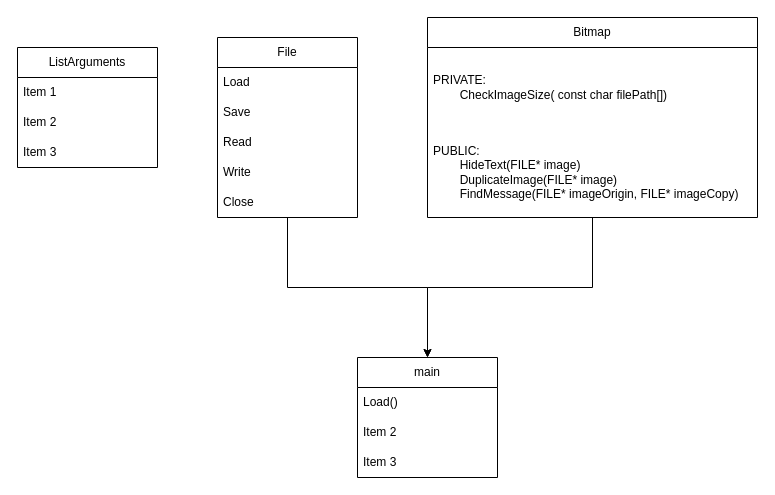
The draw.io diagram Diagramme Steganographie.drawio in Edouard-Laffont/Steganographie-Schema, before the edit. Source tidied: cells renumbered, new cells numbered last; positions are measured from the earlier drawing's top-left corner, leaving out a move shared by most shapes. Both pictures are drawn from the tidied source at 100%, with x=0, y=0 at pixel (17, 17).
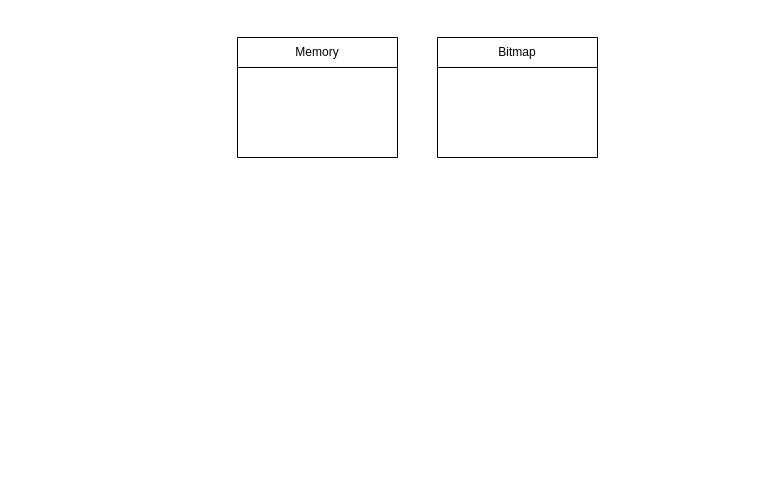
The same diagram, later.

Commit message (it also covers changes not shown here):
Mettre à jour Diagramme Steganographie.drawio

What changed in the source:
```diff
@@
-    <mxCell id="2" value="main" style="swimlane;fontStyle=0;horizontal=1;startSize=30;whiteSpace=wrap;html=1;" parent="1" vertex="1">
-      <mxGeometry x="340" y="340" width="140" height="120" as="geometry" />
-    </mxCell>
-    <mxCell id="3" value="Load()" style="text;strokeColor=none;fillColor=none;align=left;verticalAlign=middle;spacingLeft=4;spacingRight=4;overflow=hidden;whiteSpace=wrap;html=1;" parent="2" vertex="1">
-      <mxGeometry y="30" width="140" height="30" as="geometry" />
-    </mxCell>
-    <mxCell id="4" value="Item 2" style="text;strokeColor=none;fillColor=none;align=left;verticalAlign=middle;spacingLeft=4;spacingRight=4;overflow=hidden;whiteSpace=wrap;html=1;" parent="2" vertex="1">
-      <mxGeometry y="60" width="140" height="30" as="geometry" />
-    </mxCell>
-    <mxCell id="5" value="Item 3" style="text;strokeColor=none;fillColor=none;align=left;verticalAlign=middle;spacingLeft=4;spacingRight=4;overflow=hidden;whiteSpace=wrap;html=1;" parent="2" vertex="1">
-      <mxGeometry y="90" width="140" height="30" as="geometry" />
-    </mxCell>
-    <mxCell id="6" style="edgeStyle=orthogonalEdgeStyle;rounded=0;jettySize=auto;html=1;entryX=0.5;entryY=0;entryDx=0;entryDy=0;defaultLabelBackgroundColor=page;labelPadding=0 4;" parent="1" edge="1" source="7" target="2">
-      <mxGeometry relative="1" as="geometry" />
-    </mxCell>
-    <mxCell id="7" value="File" style="swimlane;fontStyle=0;horizontal=1;startSize=30;whiteSpace=wrap;html=1;" parent="1" vertex="1">
-      <mxGeometry x="200" y="20" width="140" height="180" as="geometry" />
+    <mxCell id="7" value="Memory" style="swimlane;fontStyle=0;horizontal=1;startSize=30;whiteSpace=wrap;html=1;" parent="1" vertex="1">
+      <mxGeometry x="220" y="20" width="160" height="120" as="geometry" />
     </mxCell>
-    <mxCell id="8" value="Load" style="text;strokeColor=none;fillColor=none;align=left;verticalAlign=middle;spacingLeft=4;spacingRight=4;overflow=hidden;whiteSpace=wrap;html=1;" parent="7" vertex="1">
-      <mxGeometry y="30" width="140" height="30" as="geometry" />
-    </mxCell>
-    <mxCell id="9" value="Save" style="text;strokeColor=none;fillColor=none;align=left;verticalAlign=middle;spacingLeft=4;spacingRight=4;overflow=hidden;whiteSpace=wrap;html=1;" parent="7" vertex="1">
-      <mxGeometry y="60" width="140" height="30" as="geometry" />
-    </mxCell>
-    <mxCell id="10" value="Read" style="text;strokeColor=none;fillColor=none;align=left;verticalAlign=middle;spacingLeft=4;spacingRight=4;overflow=hidden;whiteSpace=wrap;html=1;" parent="7" vertex="1">
-      <mxGeometry y="90" width="140" height="30" as="geometry" />
-    </mxCell>
-    <mxCell id="11" value="Write" style="text;strokeColor=none;fillColor=none;align=left;verticalAlign=middle;spacingLeft=4;spacingRight=4;overflow=hidden;whiteSpace=wrap;html=1;" parent="7" vertex="1">
-      <mxGeometry y="120" width="140" height="30" as="geometry" />
-    </mxCell>
-    <mxCell id="12" value="Close" style="text;strokeColor=none;fillColor=none;align=left;verticalAlign=middle;spacingLeft=4;spacingRight=4;overflow=hidden;whiteSpace=wrap;html=1;" parent="7" vertex="1">
-      <mxGeometry y="150" width="140" height="30" as="geometry" />
-    </mxCell>
-    <mxCell id="13" style="edgeStyle=orthogonalEdgeStyle;rounded=0;jettySize=auto;html=1;entryX=0.5;entryY=0;entryDx=0;entryDy=0;defaultLabelBackgroundColor=page;labelPadding=0 4;" parent="1" edge="1" source="14" target="2">
-      <mxGeometry relative="1" as="geometry" />
-    </mxCell>
     <mxCell id="14" value="Bitmap" style="swimlane;fontStyle=0;horizontal=1;startSize=30;whiteSpace=wrap;html=1;" parent="1" vertex="1">
-      <mxGeometry x="410" width="330" height="200" as="geometry" />
+      <mxGeometry x="420" y="20" width="160" height="120" as="geometry" />
     </mxCell>
-    <mxCell id="15" value="PRIVATE:&lt;div&gt;&lt;span style=&quot;white-space: pre;&quot;&gt;&#9;&lt;/span&gt;CheckImageSize( const char filePath[])&lt;br&gt;&lt;/div&gt;" style="text;strokeColor=none;fillColor=none;align=left;verticalAlign=middle;spacingLeft=4;spacingRight=4;overflow=hidden;whiteSpace=wrap;html=1;" parent="14" vertex="1">
-      <mxGeometry y="30" width="330" height="80" as="geometry" />
-    </mxCell>
-    <mxCell id="16" value="&lt;div&gt;PUBLIC:&lt;/div&gt;&lt;span style=&quot;white-space: pre;&quot;&gt;&#9;&lt;/span&gt;HideText(FILE* image)&lt;div&gt;&lt;span style=&quot;white-space: pre;&quot;&gt;&#9;&lt;/span&gt;DuplicateImage(FILE* image)&lt;br&gt;&lt;div&gt;&lt;span style=&quot;white-space: pre;&quot;&gt;&#9;&lt;/span&gt;FindMessage(FILE* imageOrigin, FILE* imageCopy)&lt;br&gt;&lt;/div&gt;&lt;/div&gt;" style="text;strokeColor=none;fillColor=none;align=left;verticalAlign=middle;spacingLeft=4;spacingRight=4;overflow=hidden;whiteSpace=wrap;html=1;" parent="14" vertex="1">
-      <mxGeometry y="110" width="330" height="90" as="geometry" />
-    </mxCell>
-    <mxCell id="17" value="ListArguments" style="swimlane;fontStyle=0;horizontal=1;startSize=30;whiteSpace=wrap;html=1;" parent="1" vertex="1">
-      <mxGeometry y="30" width="140" height="120" as="geometry" />
-    </mxCell>
-    <mxCell id="18" value="Item 1" style="text;strokeColor=none;fillColor=none;align=left;verticalAlign=middle;spacingLeft=4;spacingRight=4;overflow=hidden;whiteSpace=wrap;html=1;" parent="17" vertex="1">
-      <mxGeometry y="30" width="140" height="30" as="geometry" />
-    </mxCell>
-    <mxCell id="19" value="Item 2" style="text;strokeColor=none;fillColor=none;align=left;verticalAlign=middle;spacingLeft=4;spacingRight=4;overflow=hidden;whiteSpace=wrap;html=1;" parent="17" vertex="1">
-      <mxGeometry y="60" width="140" height="30" as="geometry" />
-    </mxCell>
-    <mxCell id="20" value="Item 3" style="text;strokeColor=none;fillColor=none;align=left;verticalAlign=middle;spacingLeft=4;spacingRight=4;overflow=hidden;whiteSpace=wrap;html=1;" parent="17" vertex="1">
-      <mxGeometry y="90" width="140" height="30" as="geometry" />
-    </mxCell>
```
